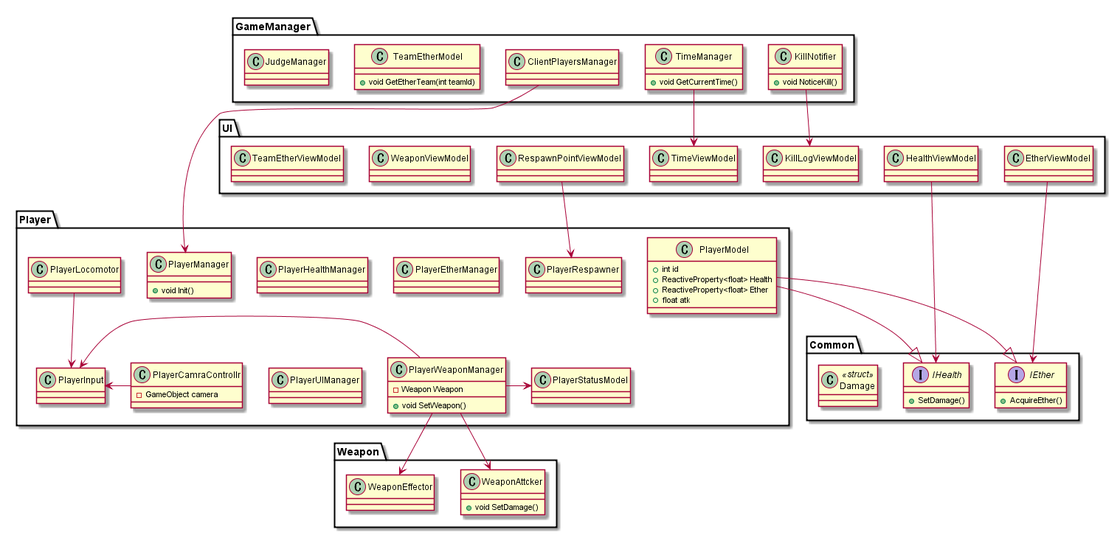
denx-jp/SSP keeps this PlantUML diagram as UML/UML.png. Above is the earlier version.
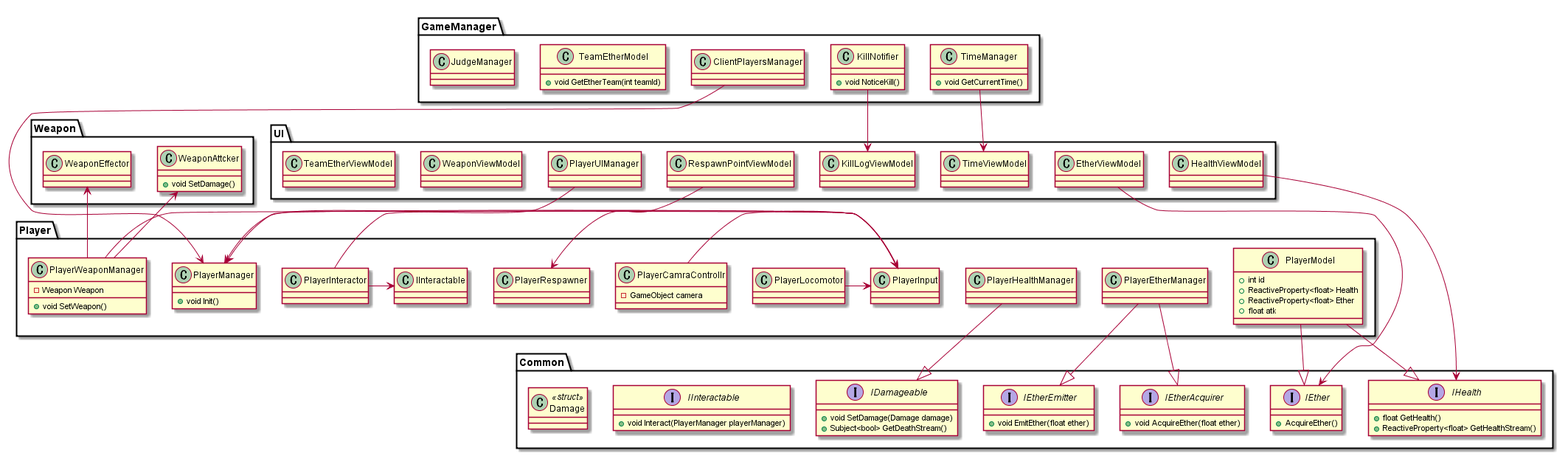
After the commit.

What changed in the source:
```diff
@@ -17,10 +17,14 @@
   class PlayerHealthManager{
 
   }
+  PlayerHealthManager -|> Common.IDamageable
+
 
   class PlayerEtherManager{
 
   }
+  PlayerEtherManager -|> Common.IEtherAcquirer
+  PlayerEtherManager -|> Common.IEtherEmitter
 
   class PlayerInput{
 
@@ -29,7 +33,7 @@
   class PlayerLocomotor{
 
   }
-  PlayerLocomotor -down-> PlayerInput
+  PlayerLocomotor -> PlayerInput
 
   class PlayerCamraControllr{
     - GameObject camera
@@ -40,18 +44,20 @@
     - Weapon Weapon
     + void SetWeapon()
   }
-  PlayerWeaponManager -left> PlayerInput
-  PlayerWeaponManager -> PlayerStatusModel
-  PlayerWeaponManager -> Weapon.WeaponAttcker
-  PlayerWeaponManager -> Weapon.WeaponEffector
+  PlayerWeaponManager -> PlayerInput
+  PlayerWeaponManager -left> Weapon.WeaponAttcker
+  PlayerWeaponManager -left> Weapon.WeaponEffector
 
   class PlayerRespawner{
 
   }
 
-  class PlayerUIManager{
+  class PlayerInteractor{
 
   }
+  PlayerInteractor -> IInteractable
+  PlayerInteractor -> PlayerInput
+  PlayerInput -up> PlayerManager
 
 }
 
@@ -67,10 +73,15 @@
 
 namespace UI{
 
+  class PlayerUIManager{
+
+  }
+  PlayerUIManager -> Player.PlayerManager
+
   class HealthViewModel{
 
   }
-  HealthViewModel -down> Common.IHealth
+  HealthViewModel --> Common.IHealth
 
   class EtherViewModel{
 
@@ -80,10 +91,12 @@
   class WeaponViewModel{
 
   }
+
   class TimeViewModel{
 
   }
   GameManager.TimeManager -> TimeViewModel
+
   class TeamEtherViewModel{
 
   }
@@ -108,7 +121,7 @@
   class ClientPlayersManager{
 
   }
-  ClientPlayersManager --> Player.PlayerManager
+  ClientPlayersManager -> Player.PlayerManager
 
   class KillNotifier{
     + void NoticeKill()
@@ -131,13 +144,30 @@
 namespace Common{
 
   interface IHealth{
-    + SetDamage()
+    + float GetHealth()
+    + ReactiveProperty<float> GetHealthStream()
+  }
+
+  interface IDamageable{
+    + void SetDamage(Damage damage)
+    + Subject<bool> GetDeathStream()
   }
 
   interface IEther{
     + AcquireEther()
   }
 
+  interface IEtherAcquirer{
+    + void AcquireEther(float ether)
+  }
+
+  interface IEtherEmitter{
+    + void EmitEther(float ether)
+  }
+
+  interface IInteractable{
+    + void Interact(PlayerManager playerManager)
+  }
 
   class Damage <<struct>>{
 
```
